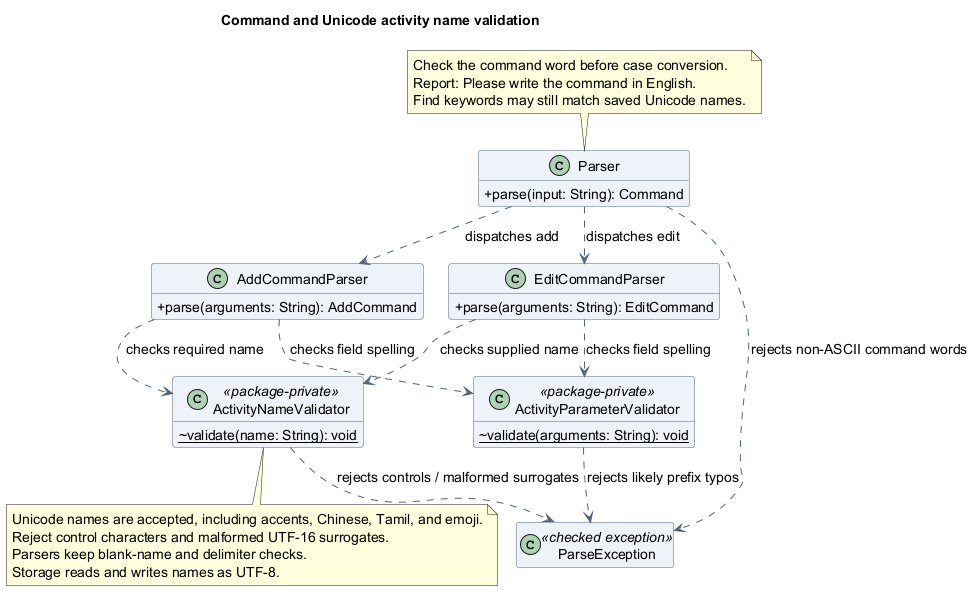
Earlier version of the PlantUML export docs/images/atharva/class/ActivityNameValidatorClassDiagram.png (AY2627S1-CS2113-T10-4/tp).
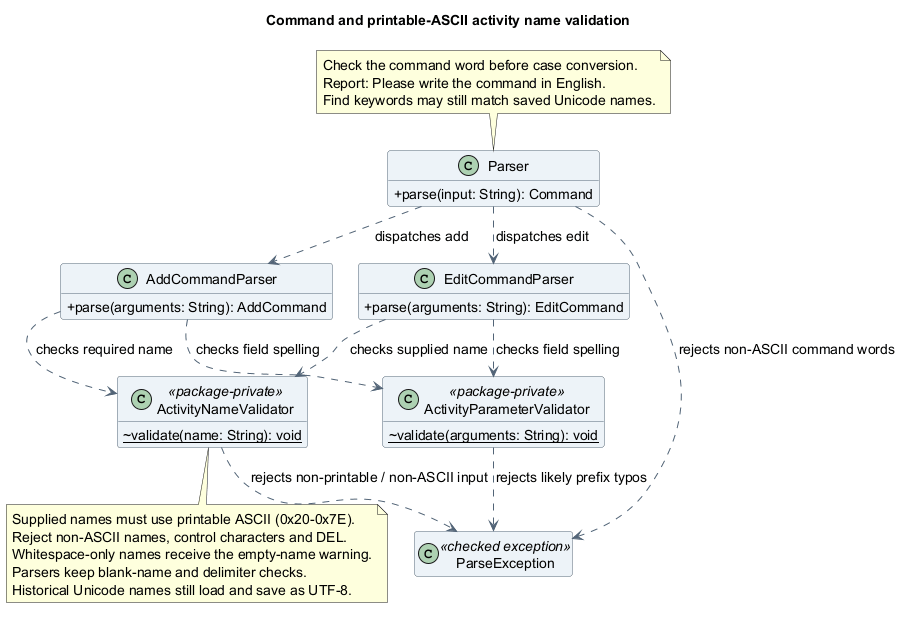
Later version of the same file.

Diff of the diagram source:
```diff
@@ -1,6 +1,6 @@
 @startuml
 !pragma layout smetana
-title Command and Unicode activity name validation
+title Command and printable-ASCII activity name validation
 skinparam backgroundColor white
 skinparam shadowing false
 skinparam defaultFontName SansSerif
@@ -36,7 +36,7 @@
 AddCommandParser ..> ActivityParameterValidator : checks field spelling
 EditCommandParser ..> ActivityParameterValidator : checks field spelling
 ActivityParameterValidator ..> ParseException : rejects likely prefix typos
-ActivityNameValidator ..> ParseException : rejects controls / malformed surrogates
+ActivityNameValidator ..> ParseException : rejects non-printable / non-ASCII input
 
 note top of Parser
   Check the command word before case conversion.
@@ -45,9 +45,10 @@
 end note
 
 note bottom of ActivityNameValidator
-  Unicode names are accepted, including accents, Chinese, Tamil, and emoji.
-  Reject control characters and malformed UTF-16 surrogates.
+  Supplied names must use printable ASCII (0x20-0x7E).
+  Reject non-ASCII names, control characters and DEL.
+  Whitespace-only names receive the empty-name warning.
   Parsers keep blank-name and delimiter checks.
-  Storage reads and writes names as UTF-8.
+  Historical Unicode names still load and save as UTF-8.
 end note
 @enduml
```
